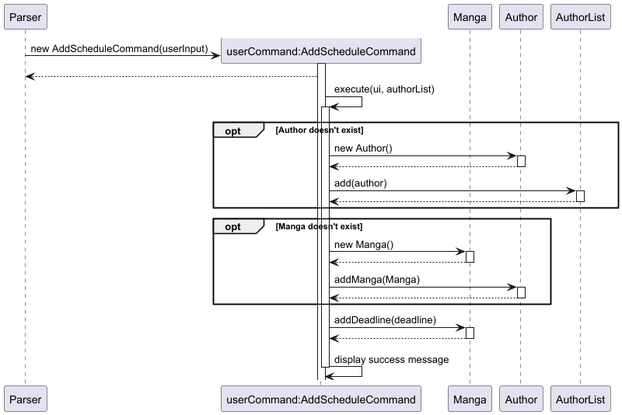
This is docs/uml/images/schedule.png from xenthm/tp, a PlantUML export, as it was before one commit. Its diagram source:
```plantuml
@startuml

participant Parser
participant "userCommand:AddScheduleCommand" as userCommand
participant Manga
participant Author

create userCommand
Parser -> userCommand : new AddScheduleCommand(userInput)
activate userCommand
Parser <-- userCommand

userCommand -> userCommand: execute(ui, authorList)
activate userCommand
    opt Author doesn't exist
        userCommand -> Author : new Author()
        activate Author
        userCommand <-- Author
        deactivate Author
        userCommand -> AuthorList : add(author)
        activate AuthorList
        userCommand <-- AuthorList
        deactivate AuthorList
    end

    opt Manga doesn't exist
        userCommand -> Manga : new Manga()
        activate Manga
        userCommand <-- Manga
        deactivate Manga
        userCommand -> Author : addManga(Manga)
        activate Author
        userCommand <-- Author
        deactivate Author
    end
    userCommand -> Manga : addDeadline(deadline)
    activate Manga
    userCommand <-- Manga
    deactivate Manga
    userCommand -> userCommand: display success message
    deactivate userCommand

@enduml
```
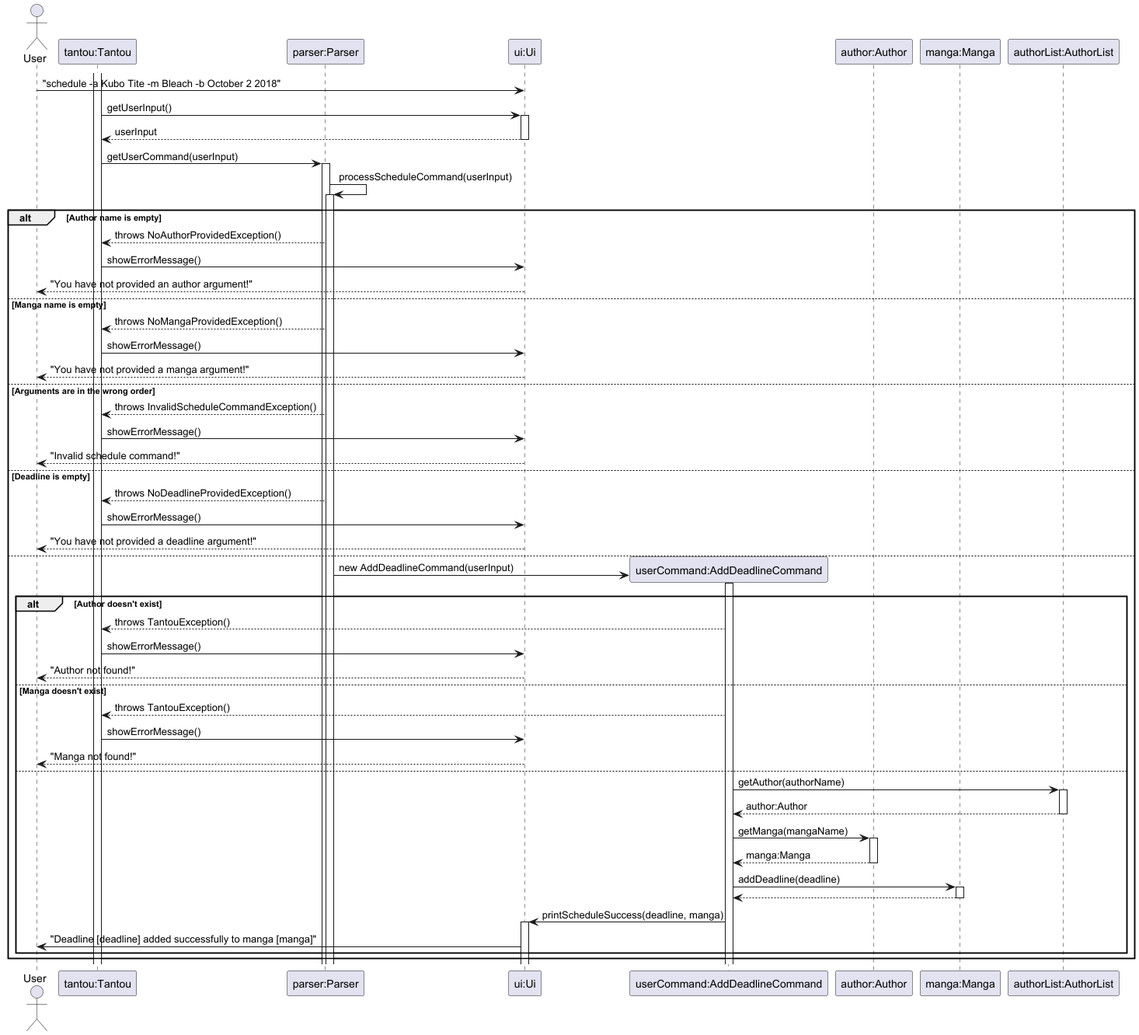
After the change.

Commit message:
Draft of schedule object diagram

Change to the diagram source:
```diff
@@ -1,43 +1,75 @@
 @startuml
 
-participant Parser
-participant "userCommand:AddScheduleCommand" as userCommand
-participant Manga
-participant Author
+actor User
+participant "tantou:Tantou" as tantou
+participant "parser:Parser" as parser
+participant "ui:Ui" as ui
+participant "userCommand:AddDeadlineCommand" as userCommand
+participant "author:Author" as author
+participant "manga:Manga" as manga
+participant "authorList:AuthorList" as authorList
 
-create userCommand
-Parser -> userCommand : new AddScheduleCommand(userInput)
-activate userCommand
-Parser <-- userCommand
+activate tantou
 
-userCommand -> userCommand: execute(ui, authorList)
-activate userCommand
-    opt Author doesn't exist
-        userCommand -> Author : new Author()
-        activate Author
-        userCommand <-- Author
-        deactivate Author
-        userCommand -> AuthorList : add(author)
-        activate AuthorList
-        userCommand <-- AuthorList
-        deactivate AuthorList
+User -> ui : "schedule -a Kubo Tite -m Bleach -b October 2 2018"
+
+tantou -> ui: getUserInput()
+activate ui
+ui --> tantou: userInput
+deactivate ui
+
+tantou -> parser:getUserCommand(userInput)
+activate parser
+parser -> parser : processScheduleCommand(userInput)
+activate parser
+alt Author name is empty
+    parser --> tantou : throws NoAuthorProvidedException()
+    tantou -> ui : showErrorMessage()
+    ui --> User : "You have not provided an author argument!"
+else Manga name is empty
+    parser --> tantou : throws NoMangaProvidedException()
+    tantou -> ui : showErrorMessage()
+    ui --> User : "You have not provided a manga argument!"
+else Arguments are in the wrong order
+    parser --> tantou : throws InvalidScheduleCommandException()
+    tantou -> ui : showErrorMessage()
+    ui --> User : "Invalid schedule command!"
+else Deadline is empty
+    parser --> tantou : throws NoDeadlineProvidedException()
+    tantou -> ui : showErrorMessage()
+    ui --> User : "You have not provided a deadline argument!"
+else
+    create userCommand
+    parser -> userCommand : new AddDeadlineCommand(userInput)
+    activate userCommand
+    alt Author doesn't exist
+        userCommand --> tantou : throws TantouException()
+        tantou -> ui : showErrorMessage()
+        ui --> User : "Author not found!"
+    else Manga doesn't exist
+        userCommand --> tantou : throws TantouException()
+        tantou -> ui : showErrorMessage()
+        ui --> User : "Manga not found!"
+    else
+        userCommand -> authorList : getAuthor(authorName)
+        activate authorList
+        authorList --> userCommand : author:Author
+        deactivate authorList
+
+        userCommand -> author : getManga(mangaName)
+        activate author
+        author --> userCommand : manga:Manga
+        deactivate author
+
+        userCommand -> manga : addDeadline(deadline)
+        activate manga
+        manga --> userCommand
+        deactivate manga
+
+        userCommand -> ui:printScheduleSuccess(deadline, manga)
+        activate ui
+        ui -> User : "Deadline [deadline] added successfully to manga [manga]"
     end
-
-    opt Manga doesn't exist
-        userCommand -> Manga : new Manga()
-        activate Manga
-        userCommand <-- Manga
-        deactivate Manga
-        userCommand -> Author : addManga(Manga)
-        activate Author
-        userCommand <-- Author
-        deactivate Author
-    end
-    userCommand -> Manga : addDeadline(deadline)
-    activate Manga
-    userCommand <-- Manga
-    deactivate Manga
-    userCommand -> userCommand: display success message
-    deactivate userCommand
+end
 
 @enduml
```
